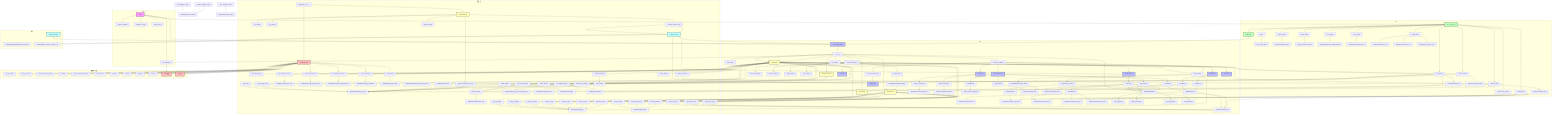
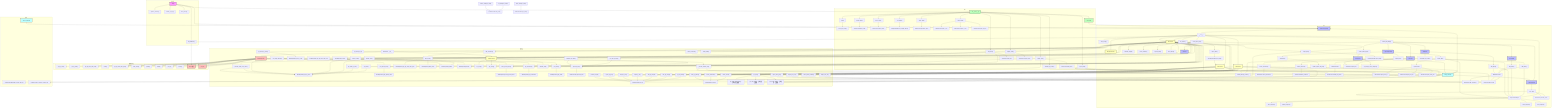
flowchart TD
    subgraph 主入口
        main["main()"] --> init_database["init_database()"]
        main --> register_services["register_services()"]
        main --> handle_cli_args["handle_cli_args()"]
        main --> show_menu["show_menu()"]
    end

    subgraph GUI
        VMTOOLPyQtApp["VMTOOLPyQtApp"] --> __init__["__init__()"]
        __init__ --> load_config["load_config()"]
        __init__ --> create_menu_bar["create_menu_bar()"]
        __init__ --> init_database
        __init__ --> DictService
        __init__ --> WeightCalculator
        __init__ --> FilterService
        __init__ --> StatsService
        __init__ --> set_theme["set_theme()"]
        __init__ --> create_tab_widget["create_tab_widget()"]
        __init__ --> ProgressBarWidget["ProgressBarWidget"]

        create_menu_bar --> import_data["import_data()"]
        create_menu_bar --> export_data["export_data()"]
        create_menu_bar --> calculate_weight["calculate_weight()"]
        create_menu_bar --> detect_conflicts["detect_conflicts()"]
        create_menu_bar --> migrate_data["migrate_data()"]
        create_menu_bar --> show_about["show_about()"]

        import_data --> ImportExportTab.import_data["ImportExportTab.import_data()"]
        export_data --> ImportExportTab.export_data["ImportExportTab.export_data()"]

        create_tab_widget --> CharsTab["CharsTab"]
        create_tab_widget --> SpecialTab["SpecialTab"]
        create_tab_widget --> WordsTab["WordsTab"]
        create_tab_widget --> StatsTab["StatsTab"]
        create_tab_widget --> ImportExportTab["ImportExportTab"]
        create_tab_widget --> CodeRulesTab["CodeRulesTab"]
        create_tab_widget --> create_settings_tab["create_settings_tab()"]
        create_settings_tab --> SettingsTab["SettingsTab"]
+ 
+         SettingsTab --> on_settings_order_changed["on_settings_order_changed()"]
+         SettingsTab --> reload_settings_content["reload_settings_content()"]
+         on_settings_order_changed --> config_manager
+         on_settings_order_changed --> reload_settings_content

        CharsTab --> search_characters_gui["search_characters()"]
        search_characters_gui --> DictService.search_characters

        CharsTab --> delete_character_gui["delete_character()"]
        delete_character_gui --> DictService.delete_character

        CharsTab --> add_batch_gui["add_batch()"]
        add_batch_gui --> AddBatchThread["AddBatchThread"]
        AddBatchThread --> DictService.add_characters
        add_batch_gui --> ProgressBarWidget

        SpecialTab --> add_special_batch_gui["add_batch()"]
        add_special_batch_gui --> AddBatchThread
        AddBatchThread --> DictService.add_words
        add_special_batch_gui --> ProgressBarWidget

        WordsTab --> add_batch_words_gui["add_batch()"]
        add_batch_words_gui --> AddBatchThread
        AddBatchThread --> DictService.add_words
        add_batch_words_gui --> ProgressBarWidget

        WordsTab --> recalculate_all_codes_gui["recalculate_all_codes()"]
        recalculate_all_codes_gui --> CalculateThread["CalculateThread"]
        CalculateThread --> DictService.calculate_all_codes
        recalculate_all_codes_gui --> ProgressBarWidget

        ImportExportTab --> showEvent["showEvent()"]
        showEvent --> update_export_full_path["update_export_full_path()"]

        ImportExportTab --> import_data_gui["import_data()"]
        import_data_gui --> ImportThread["ImportThread"]
        ImportThread --> FilterService.import_from_txt
        ImportThread --> FilterService.import_from_csv
        ImportThread --> FilterService.import_from_json
        import_data_gui --> ProgressBarWidget

        ImportExportTab --> export_data_gui["export_data()"]
        export_data_gui --> DictService.export_data

        CodeRulesTab --> test_rule["test_rule()"]
        test_rule --> DictService.generate_code
        test_rule --> ProgressBarWidget

        ProgressBarWidget --> start_progress["start_progress()"]
        ProgressBarWidget --> update_progress["update_progress()"]
        ProgressBarWidget --> finish_progress["finish_progress()"]
        ProgressBarWidget --> error_progress["error_progress()"]
    end

    subgraph CLI
        CLI_Main["cli/__main__.py"] --> main_cli["main()"]
        main_cli --> show_typer_help["show_typer_help()"]

        CLI_Main --> add_word["add_word()"]
        CLI_Main --> delete_word["delete_word()"]
        CLI_Main --> delete_batch["delete_batch()"]
        CLI_Main --> query_word["query_word()"]
        CLI_Main --> set_weight["set_weight()"]
        CLI_Main --> replace_code["replace_code()"]
        CLI_Main --> calculate_all_codes_cli["calculate_all_codes()"]
        CLI_Main --> show_stats["show_stats()"]
        CLI_Main --> import_data_cli["import_data()"]
        CLI_Main --> export_data_cli["export_data()"]
        CLI_Main --> start_gui["start_gui()"]

        add_word --> DictService.add_word
        delete_word --> DictService.delete_word
        delete_batch --> DictService.delete_words
        query_word --> DictService.search_words
        set_weight --> WeightCalculator.set_weight_directly
        replace_code --> DictService.replace_code
        calculate_all_codes_cli --> DictService.calculate_all_codes
        show_stats --> StatsService.generate_report
        import_data_cli --> DictService.add_words
        import_data_cli --> FilterService.import_from_txt
        import_data_cli --> FilterService.import_from_csv
        import_data_cli --> FilterService.import_from_json
        export_data_cli --> FilterService.export_to_txt
        export_data_cli --> FilterService.export_to_csv
        export_data_cli --> FilterService.export_to_json
        start_gui --> VMTOOLPyQtApp
    end

    subgraph 服务层
        DictService["DictService"] --> __init__["__init__()"]
        DictService.__init__ --> WordRepository
        DictService.__init__ --> CodeGenerator

        DictService --> get_word["get_word()"]
        get_word --> WordRepository.get_by_word

        DictService --> get_word_by_text["get_word_by_text()"]
        get_word_by_text --> WordRepository.get_by_word

        DictService --> get_word_by_id["get_word_by_id()"]

        DictService --> get_words_by_code["get_words_by_code()"]
        get_words_by_code --> WordRepository.get_by_code

        DictService --> get_special_chars["get_special_chars()"]
        get_special_chars --> WordRepository.get_special_chars

        DictService --> count_special_chars["count_special_chars()"]
        count_special_chars --> WordRepository.count_special_chars

        DictService --> get_characters["get_characters()"]
        get_characters --> WordRepository.get_characters

        DictService --> get_words["get_words()"]
        get_words --> WordRepository.get_words

        DictService --> add_word["add_word()"]
        add_word --> generate_code["generate_code()"]
        generate_code --> CodeGenerator.generate_code
        add_word --> WordRepository.get_by_word_and_code
        add_word --> WordRepository.create

        DictService --> add_words["add_words()"]
        add_words --> generate_code
        add_words --> WordRepository.get_by_word_code_pairs
        add_words --> WordRepository.bulk_create

        DictService --> add_characters["add_characters()"]
        add_characters --> add_words

        DictService --> update_word["update_word()"]
        update_word --> WordRepository.get_by_word
        update_word --> WordRepository.update

        DictService --> delete_word["delete_word()"]
        delete_word --> WordRepository.get_by_word
        delete_word --> WordRepository.delete

        DictService --> delete_words["delete_words()"]
        delete_words --> WordRepository.get_by_word
        delete_words --> WordRepository.delete

        DictService --> delete_character["delete_character()"]
        delete_character --> delete_word

        DictService --> delete_table["delete_table()"]

        DictService --> replace_code["replace_code()"]
        replace_code --> update_word

        DictService --> get_all_words["get_all_words()"]
        get_all_words --> WordRepository.get_all

        DictService --> search_words["search_words()"]
        search_words --> WordRepository.search

        DictService --> search_characters["search_characters()"]
        search_characters --> WordRepository.search

        DictService --> get_code_preview["get_code_preview()"]
        get_code_preview --> generate_code

        DictService --> calculate_all_codes["calculate_all_codes()"]
        calculate_all_codes --> generate_code

        DictService --> export_data["export_data()"]
        export_data --> WordRepository.get_all

        WeightCalculator["WeightCalculator"] --> set_weight_directly["set_weight_directly()"]
        set_weight_directly --> WordRepository.get_by_word
        set_weight_directly --> WordRepository.update

        FilterService["FilterService"] --> filter_by_length["filter_by_length()"]
        filter_by_length --> WordRepository.get_all

        FilterService --> filter_by_weight["filter_by_weight()"]
        filter_by_weight --> WordRepository.get_all

        FilterService --> filter_by_pattern["filter_by_pattern()"]
        filter_by_pattern --> WordRepository.search

        FilterService --> import_from_txt["import_from_txt()"]
        import_from_txt --> DictService.add_words

        FilterService --> import_from_csv["import_from_csv()"]
        import_from_csv --> DictService.add_words

        FilterService --> import_from_json["import_from_json()"]
        import_from_json --> DictService.add_words

        FilterService --> export_to_txt["export_to_txt()"]
        export_to_txt --> WordRepository.get_all

        FilterService --> export_to_csv["export_to_csv()"]
        export_to_csv --> WordRepository.get_all

        FilterService --> export_to_json["export_to_json()"]
        export_to_json --> WordRepository.get_all

-         StatsService["StatsService"] --> generate_report["generate_report()"]
+         StatsService["StatsService"] --> get_stats["get_stats()"]
+         StatsService --> get_word_length_stats["get_word_length_stats() - 只统计词表数据"]
+         StatsService --> get_code_stats["get_code_stats() - 只统计词表数据"]
+         StatsService --> get_weight_stats["get_weight_stats() - 只统计词表数据"]
+         StatsService --> detect_code_conflicts["detect_code_conflicts()"]
+         StatsService --> generate_report["generate_report()"]
+         get_stats --> get_word_length_stats
+         get_stats --> get_code_stats
+         get_stats --> get_weight_stats
        generate_report --> WordRepository.get_all

        CodeGenerator["CodeGenerator"] --> set_config["set_config()"]
        CodeGenerator --> get_config["get_config()"]
        CodeGenerator --> generate_code_from_chars["generate_code_from_chars()"]
        generate_code_from_chars --> WordRepository.get_by_word
        CodeGenerator --> _execute_custom_rule["_execute_custom_rule()"]
        _execute_custom_rule --> config_manager
        CodeGenerator --> validate_code["validate_code()"]
    end

    subgraph 数据访问层
        WordRepository["WordRepository"] --> get_by_word["get_by_word()"]
        WordRepository --> get_by_code["get_by_code()"]
        WordRepository --> get_special_chars["get_special_chars()"]
        WordRepository --> count_special_chars["count_special_chars()"]
        WordRepository --> get_characters["get_characters()"]
        WordRepository --> get_words["get_words()"]
        WordRepository --> get_by_word_and_code["get_by_word_and_code()"]
        WordRepository --> create["create()"]
        WordRepository --> get_by_word_code_pairs["get_by_word_code_pairs()"]
        WordRepository --> bulk_create["bulk_create()"]
        WordRepository --> update["update()"]
        WordRepository --> delete["delete()"]
        WordRepository --> get_all["get_all()"]
        WordRepository --> search["search()"]

        WordRepository --> Word["Word模型"]
        WordRepository --> get_db["get_db()"]
        init_database --> Word
    end

    subgraph 核心
        config_manager["config_manager"] --> VMTOOLPyQtApp
        config_manager --> CodeRulesTab
        config_manager --> ImportExportTab.update_export_full_path
        config_manager --> SettingsTab
        config_manager --> CodeGenerator._execute_custom_rule
        theme_manager["theme_manager"] --> VMTOOLPyQtApp
    end

    main --> CLI_Main
    main --> VMTOOLPyQtApp
    test_rule --> DictService.generate_code
    set_codegen_custom --> CodeGenerator.set_config
    save_codegen_config --> CodeGenerator.get_config
    restore_codegen_config --> CodeGenerator.set_config
    generate_code_from_chars --> WordRepository.get_by_word
    _execute_custom_rule --> config_manager
    ImportExportTab.export_data --> DictService.export_data
    ImportExportTab.import_data --> FilterService

    classDef main fill:#f9f,stroke:#333,stroke-width:2px;
    classDef gui fill:#bbf,stroke:#333,stroke-width:2px;
    classDef cli fill:#bfb,stroke:#333,stroke-width:2px;
    classDef service fill:#ffb,stroke:#333,stroke-width:2px;
    classDef dal fill:#fbb,stroke:#333,stroke-width:2px;
    classDef core fill:#bff,stroke:#333,stroke-width:2px;

    class main main;
    class VMTOOLPyQtApp,CharsTab,SpecialTab,WordsTab,StatsTab,ImportExportTab,CodeRulesTab,SettingsTab gui;
    class CLI_Main,start_gui cli;
    class DictService,WeightCalculator,FilterService,StatsService,CodeGenerator service;
    class WordRepository,Word,get_db,dal dal;
    class config_manager,theme_manager core;